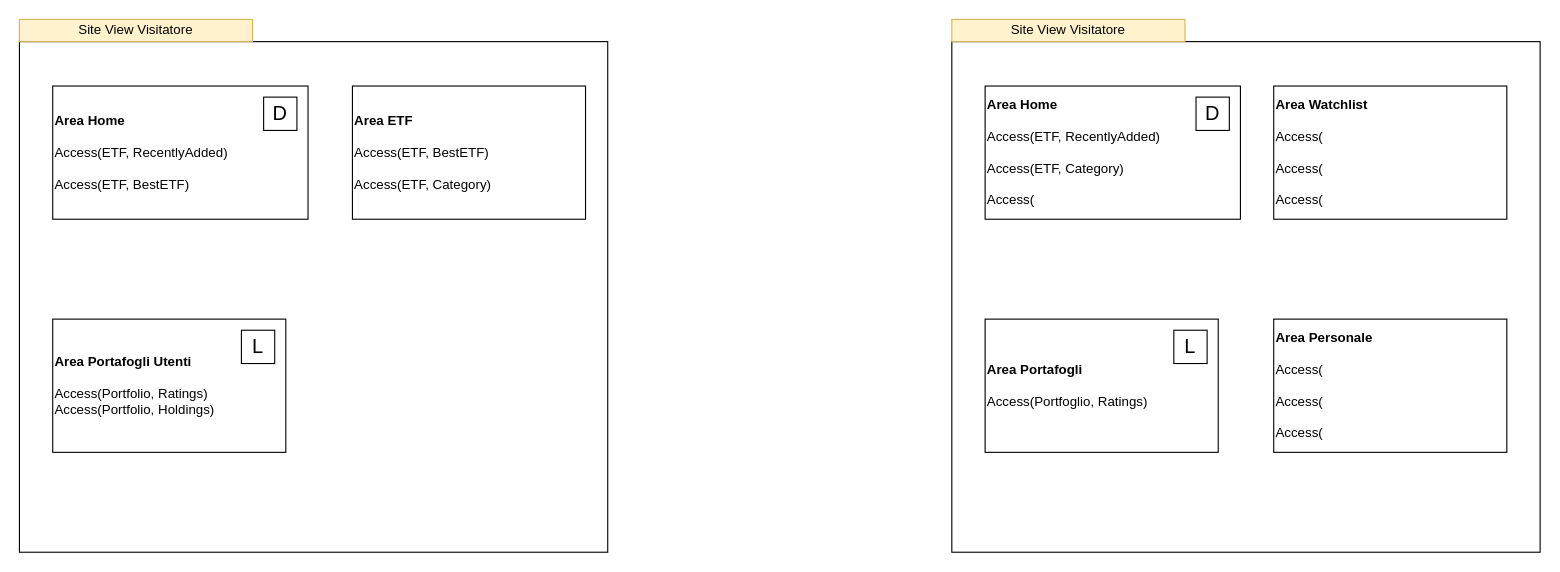
The draw.io diagram page "Coarse" (3 of 3) of user_use_case.drawio in mattiapitossi/sebd, before the edit. Source tidied: cells renumbered, new cells numbered last; positions are measured from the earlier drawing's top-left corner, leaving out a move shared by most shapes. Both pictures are drawn from the tidied source at 111%, with x=0, y=0 at pixel (19, 19).
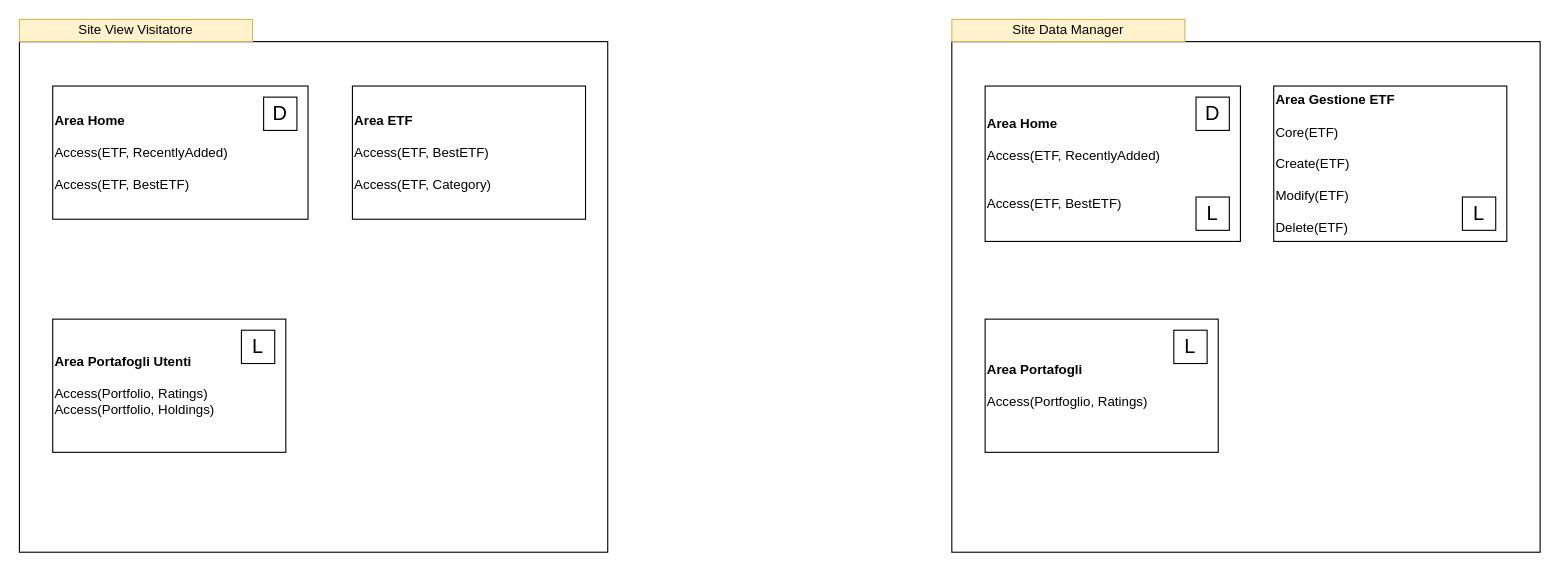
After the change.

The edit, as a diff of the source:
```diff
@@
 <mxGraphModel>
   <root>
     <mxCell id="0" />
     <mxCell id="1" parent="0" />
     <mxCell id="2" style="rounded=0;whiteSpace=wrap;html=1;" parent="1" vertex="1">
       <mxGeometry y="20" width="530" height="460" as="geometry" />
     </mxCell>
     <mxCell id="3" value="&lt;b&gt;Area Home&lt;br&gt;&lt;/b&gt;&lt;br&gt;Access(ETF, RecentlyAdded)&lt;br&gt;&lt;br&gt;Access(ETF, BestETF)" style="rounded=0;whiteSpace=wrap;html=1;align=left;" parent="1" vertex="1">
       <mxGeometry x="30" y="60" width="230" height="120" as="geometry" />
     </mxCell>
     <mxCell id="4" value="Site View Visitatore" style="rounded=0;whiteSpace=wrap;html=1;fillColor=#fff2cc;strokeColor=#d6b656;" parent="1" vertex="1">
       <mxGeometry width="210" height="20" as="geometry" />
     </mxCell>
     <mxCell id="5" value="&lt;b&gt;Area ETF&lt;br&gt;&lt;/b&gt;&lt;br&gt;Access(ETF, BestETF)&lt;br&gt;&lt;br&gt;Access(ETF, Category)" style="rounded=0;whiteSpace=wrap;html=1;align=left;" parent="1" vertex="1">
       <mxGeometry x="300" y="60" width="210" height="120" as="geometry" />
     </mxCell>
     <mxCell id="6" value="&lt;b&gt;Area Portafogli Utenti&lt;br&gt;&lt;/b&gt;&lt;br&gt;Access(Portfolio, Ratings)&lt;br&gt;Access(Portfolio, Holdings)" style="rounded=0;whiteSpace=wrap;html=1;align=left;" parent="1" vertex="1">
       <mxGeometry x="30" y="270" width="210" height="120" as="geometry" />
     </mxCell>
     <mxCell id="7" value="&lt;font style=&quot;font-size: 18px;&quot;&gt;D&lt;/font&gt;" style="whiteSpace=wrap;html=1;" parent="1" vertex="1">
       <mxGeometry x="220" y="70" width="30" height="30" as="geometry" />
     </mxCell>
     <mxCell id="8" value="&lt;font style=&quot;font-size: 18px;&quot;&gt;L&lt;/font&gt;" style="whiteSpace=wrap;html=1;" parent="1" vertex="1">
       <mxGeometry x="200" y="280" width="30" height="30" as="geometry" />
     </mxCell>
     <mxCell id="9" style="rounded=0;whiteSpace=wrap;html=1;" parent="1" vertex="1">
       <mxGeometry x="840" y="20" width="530" height="460" as="geometry" />
     </mxCell>
-    <mxCell id="10" value="&lt;b&gt;Area Home&lt;br&gt;&lt;/b&gt;&lt;br&gt;Access(ETF, RecentlyAdded)&lt;br&gt;&lt;br&gt;Access(ETF, Category)&lt;br&gt;&lt;br&gt;Access(" style="rounded=0;whiteSpace=wrap;html=1;align=left;" parent="1" vertex="1">
-      <mxGeometry x="870" y="60" width="230" height="120" as="geometry" />
+    <mxCell id="10" value="&lt;b&gt;Area Home&lt;br&gt;&lt;/b&gt;&lt;br&gt;Access(ETF, RecentlyAdded)&lt;br&gt;&lt;br&gt;&lt;br&gt;Access(ETF, BestETF)" style="rounded=0;whiteSpace=wrap;html=1;align=left;" parent="1" vertex="1">
+      <mxGeometry x="870" y="60" width="230" height="140" as="geometry" />
     </mxCell>
-    <mxCell id="11" value="Site View Visitatore" style="rounded=0;whiteSpace=wrap;html=1;fillColor=#fff2cc;strokeColor=#d6b656;" parent="1" vertex="1">
+    <mxCell id="11" value="Site Data Manager" style="rounded=0;whiteSpace=wrap;html=1;fillColor=#fff2cc;strokeColor=#d6b656;" parent="1" vertex="1">
       <mxGeometry x="840" width="210" height="20" as="geometry" />
     </mxCell>
-    <mxCell id="12" value="&lt;b&gt;Area Watchlist&lt;br&gt;&lt;/b&gt;&lt;br&gt;Access(&lt;br&gt;&lt;br&gt;Access(&lt;br&gt;&lt;br&gt;Access(" style="rounded=0;whiteSpace=wrap;html=1;align=left;" parent="1" vertex="1">
-      <mxGeometry x="1130" y="60" width="210" height="120" as="geometry" />
+    <mxCell id="12" value="&lt;b&gt;Area Gestione ETF&lt;br&gt;&lt;/b&gt;&lt;br&gt;Core(ETF)&lt;br&gt;&lt;br&gt;Create(ETF)&lt;br&gt;&lt;br&gt;Modify(ETF)&lt;br&gt;&lt;br&gt;Delete(ETF)" style="rounded=0;whiteSpace=wrap;html=1;align=left;" parent="1" vertex="1">
+      <mxGeometry x="1130" y="60" width="210" height="140" as="geometry" />
     </mxCell>
-    <mxCell id="13" value="&lt;b&gt;Area Personale&lt;br&gt;&lt;/b&gt;&lt;br&gt;Access(&lt;br&gt;&lt;br&gt;Access(&lt;br&gt;&lt;br&gt;Access(" style="rounded=0;whiteSpace=wrap;html=1;align=left;" parent="1" vertex="1">
-      <mxGeometry x="1130" y="270" width="210" height="120" as="geometry" />
-    </mxCell>
     <mxCell id="14" value="&lt;b&gt;Area Portafogli&lt;br&gt;&lt;/b&gt;&lt;br&gt;Access(Portfoglio, Ratings)" style="rounded=0;whiteSpace=wrap;html=1;align=left;" parent="1" vertex="1">
       <mxGeometry x="870" y="270" width="210" height="120" as="geometry" />
     </mxCell>
     <mxCell id="15" value="&lt;font style=&quot;font-size: 18px;&quot;&gt;D&lt;/font&gt;" style="whiteSpace=wrap;html=1;" parent="1" vertex="1">
       <mxGeometry x="1060" y="70" width="30" height="30" as="geometry" />
     </mxCell>
     <mxCell id="16" value="&lt;font style=&quot;font-size: 18px;&quot;&gt;L&lt;/font&gt;" style="whiteSpace=wrap;html=1;" parent="1" vertex="1">
       <mxGeometry x="1040" y="280" width="30" height="30" as="geometry" />
     </mxCell>
+    <mxCell id="17" value="&lt;font style=&quot;font-size: 18px;&quot;&gt;L&lt;/font&gt;" style="whiteSpace=wrap;html=1;" parent="1" vertex="1">
+      <mxGeometry x="1060" y="160" width="30" height="30" as="geometry" />
+    </mxCell>
+    <mxCell id="18" value="&lt;font style=&quot;font-size: 18px;&quot;&gt;L&lt;/font&gt;" style="whiteSpace=wrap;html=1;" parent="1" vertex="1">
+      <mxGeometry x="1300" y="160" width="30" height="30" as="geometry" />
+    </mxCell>
   </root>
 </mxGraphModel>
```
